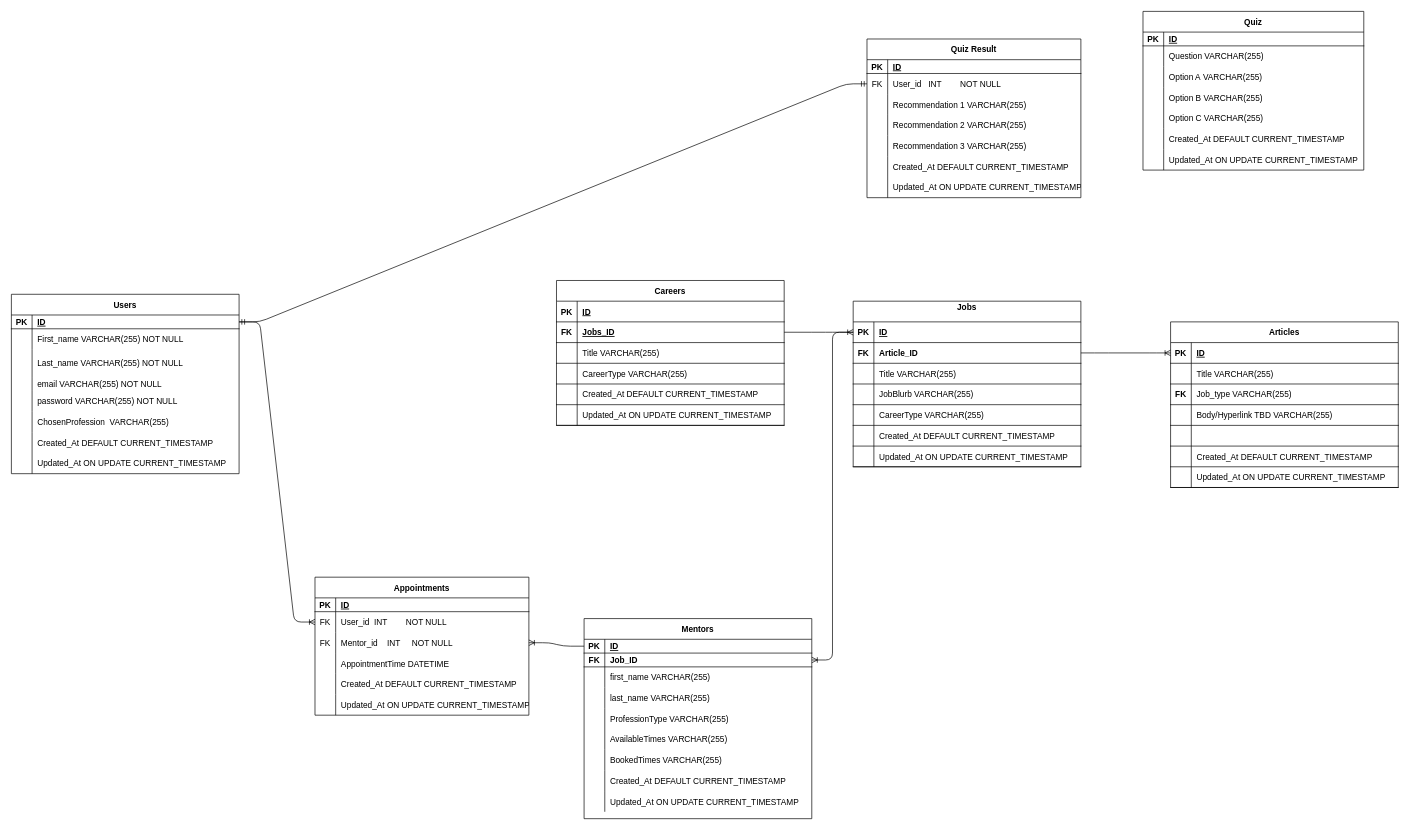
Above: DevResources/ERD.drawio in zacharypantalone/projectjjz (draw.io), before the change. Source tidied: cells renumbered, new cells numbered last; positions are measured from the earlier drawing's top-left corner, leaving out a move shared by most shapes. Both pictures are drawn from the tidied source at 69%, with x=0, y=0 at pixel (11, 11).
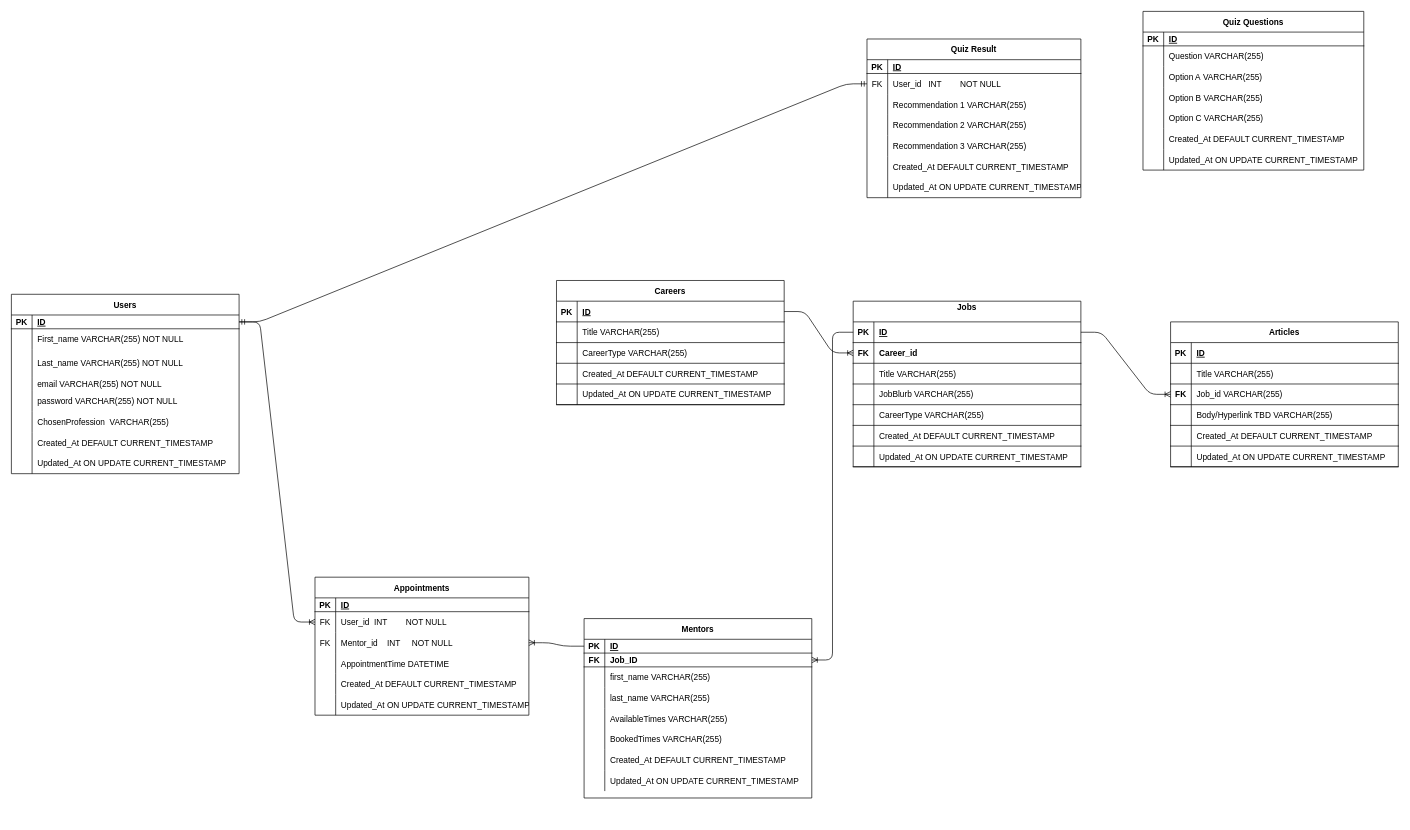
Above is the later version.

Unchanged cells that the change refers to:
```xml
<mxCell id="3" style="shape=partialRectangle;fillColor=none;top=0;left=0;bottom=1;right=0;points=[[0,0.5],[1,0.5]];portConstraint=eastwest;" parent="2" vertex="1">
  <mxGeometry y="30" width="330" height="30" as="geometry" />
</mxCell>
<mxCell id="9" style="shape=partialRectangle;fillColor=none;top=0;left=0;bottom=1;right=0;points=[[0,0.5],[1,0.5]];portConstraint=eastwest;" parent="2" vertex="1">
  <mxGeometry y="90" width="330" height="30" as="geometry" />
</mxCell>
<mxCell id="144" style="shape=partialRectangle;fillColor=none;top=0;left=0;bottom=1;right=0;points=[[0,0.5],[1,0.5]];portConstraint=eastwest;" parent="143" vertex="1">
  <mxGeometry y="30" width="330" height="30" as="geometry" />
</mxCell>
<mxCell id="163" style="shape=partialRectangle;fillColor=none;top=0;left=0;bottom=1;right=0;points=[[0,0.5],[1,0.5]];portConstraint=eastwest;" parent="162" vertex="1">
  <mxGeometry y="30" width="330" height="30" as="geometry" />
</mxCell>
<mxCell id="166" style="shape=partialRectangle;fillColor=none;top=0;left=0;bottom=1;right=0;points=[[0,0.5],[1,0.5]];portConstraint=eastwest;" parent="162" vertex="1">
  <mxGeometry y="60" width="330" height="30" as="geometry" />
</mxCell>
```

Diff of the diagram source:
```diff
@@
     <mxCell id="2" value="Articles" style="shape=table;startSize=30;childLayout=tableLayout;rowLines=0;fontStyle=1;align=center;" parent="1" vertex="1">
-      <mxGeometry x="1680" y="450" width="330" height="240" as="geometry" />
+      <mxGeometry x="1680" y="450" width="330" height="210" as="geometry" />
     </mxCell>
@@
-    <mxCell id="11" value="Job_type VARCHAR(255)" style="shape=partialRectangle;fillColor=none;top=0;left=0;bottom=0;right=0;align=left;spacingLeft=6;fontStyle=0;overflow=hidden;" parent="9" vertex="1">
+    <mxCell id="11" value="Job_id VARCHAR(255)" style="shape=partialRectangle;fillColor=none;top=0;left=0;bottom=0;right=0;align=left;spacingLeft=6;fontStyle=0;overflow=hidden;" parent="9" vertex="1">
       <mxGeometry x="30" width="300" height="30" as="geometry" />
     </mxCell>
@@
-    <mxCell id="15" style="shape=partialRectangle;fillColor=none;top=0;left=0;bottom=1;right=0;" parent="2" vertex="1">
-      <mxGeometry y="150" width="330" height="30" as="geometry" />
-    </mxCell>
-    <mxCell id="16" style="shape=partialRectangle;fillColor=none;top=0;left=0;bottom=0;right=0;fontStyle=1;overflow=hidden;" parent="15" vertex="1">
-      <mxGeometry width="30" height="30" as="geometry" />
-    </mxCell>
-    <mxCell id="17" style="shape=partialRectangle;fillColor=none;top=0;left=0;bottom=0;right=0;align=left;spacingLeft=6;fontStyle=0;overflow=hidden;" parent="15" vertex="1">
-      <mxGeometry x="30" width="300" height="30" as="geometry" />
-    </mxCell>
     <mxCell id="18" style="shape=partialRectangle;fillColor=none;top=0;left=0;bottom=1;right=0;" parent="2" vertex="1">
-      <mxGeometry y="180" width="330" height="30" as="geometry" />
+      <mxGeometry y="150" width="330" height="30" as="geometry" />
     </mxCell>
@@
     <mxCell id="21" style="shape=partialRectangle;fillColor=none;top=0;left=0;bottom=1;right=0;" parent="2" vertex="1">
-      <mxGeometry y="210" width="330" height="30" as="geometry" />
+      <mxGeometry y="180" width="330" height="30" as="geometry" />
     </mxCell>
@@
-    <mxCell id="24" value="Quiz" style="shape=table;startSize=30;childLayout=tableLayout;rowLines=0;fontStyle=1;align=center;" parent="1" vertex="1">
+    <mxCell id="24" value="Quiz Questions" style="shape=table;startSize=30;childLayout=tableLayout;rowLines=0;fontStyle=1;align=center;" parent="1" vertex="1">
       <mxGeometry x="1640" width="320" height="230" as="geometry" />
     </mxCell>
@@
     <mxCell id="65" value="Mentors" style="shape=table;startSize=30;childLayout=tableLayout;rowLines=0;fontStyle=1;align=center;" parent="1" vertex="1">
-      <mxGeometry x="830" y="880" width="330" height="290" as="geometry" />
+      <mxGeometry x="830" y="880" width="330" height="260" as="geometry" />
     </mxCell>
@@
-    <mxCell id="78" style="shape=partialRectangle;fillColor=none;top=0;left=0;bottom=0;right=0;" parent="65" vertex="1">
-      <mxGeometry y="130" width="330" height="30" as="geometry" />
-    </mxCell>
-    <mxCell id="79" style="shape=partialRectangle;fillColor=none;top=0;left=0;bottom=0;right=0;overflow=hidden;" parent="78" vertex="1">
-      <mxGeometry width="30" height="30" as="geometry" />
-    </mxCell>
-    <mxCell id="80" value="ProfessionType VARCHAR(255)" style="shape=partialRectangle;fillColor=none;top=0;left=0;bottom=0;right=0;align=left;spacingLeft=6;overflow=hidden;" parent="78" vertex="1">
-      <mxGeometry x="30" width="300" height="30" as="geometry" />
-    </mxCell>
     <mxCell id="81" style="shape=partialRectangle;fillColor=none;top=0;left=0;bottom=0;right=0;" parent="65" vertex="1">
-      <mxGeometry y="160" width="330" height="30" as="geometry" />
+      <mxGeometry y="130" width="330" height="30" as="geometry" />
     </mxCell>
@@
     <mxCell id="84" style="shape=partialRectangle;fillColor=none;top=0;left=0;bottom=0;right=0;" parent="65" vertex="1">
-      <mxGeometry y="190" width="330" height="30" as="geometry" />
+      <mxGeometry y="160" width="330" height="30" as="geometry" />
     </mxCell>
@@
     <mxCell id="87" style="shape=partialRectangle;fillColor=none;top=0;left=0;bottom=0;right=0;" parent="65" vertex="1">
-      <mxGeometry y="220" width="330" height="30" as="geometry" />
+      <mxGeometry y="190" width="330" height="30" as="geometry" />
     </mxCell>
@@
     <mxCell id="90" style="shape=partialRectangle;fillColor=none;top=0;left=0;bottom=0;right=0;" parent="65" vertex="1">
-      <mxGeometry y="250" width="330" height="30" as="geometry" />
+      <mxGeometry y="220" width="330" height="30" as="geometry" />
     </mxCell>
@@
     <mxCell id="143" value="Careers" style="shape=table;startSize=30;childLayout=tableLayout;rowLines=0;fontStyle=1;align=center;" parent="1" vertex="1">
-      <mxGeometry x="790" y="390" width="330" height="210" as="geometry" />
+      <mxGeometry x="790" y="390" width="330" height="180" as="geometry" />
     </mxCell>
@@
-    <mxCell id="147" style="shape=partialRectangle;fillColor=none;top=0;left=0;bottom=1;right=0;points=[[0,0.5],[1,0.5]];portConstraint=eastwest;" parent="143" vertex="1">
-      <mxGeometry y="60" width="330" height="30" as="geometry" />
-    </mxCell>
-    <mxCell id="148" value="FK" style="shape=partialRectangle;fillColor=none;top=0;left=0;bottom=0;right=0;fontStyle=1;overflow=hidden;" parent="147" vertex="1">
-      <mxGeometry width="30" height="30" as="geometry" />
-    </mxCell>
-    <mxCell id="149" value="Jobs_ID" style="shape=partialRectangle;fillColor=none;top=0;left=0;bottom=0;right=0;align=left;spacingLeft=6;fontStyle=5;overflow=hidden;" parent="147" vertex="1">
-      <mxGeometry x="30" width="300" height="30" as="geometry" />
-    </mxCell>
     <mxCell id="150" style="shape=partialRectangle;fillColor=none;top=0;left=0;bottom=1;right=0;" parent="143" vertex="1">
-      <mxGeometry y="90" width="330" height="30" as="geometry" />
+      <mxGeometry y="60" width="330" height="30" as="geometry" />
     </mxCell>
@@
     <mxCell id="153" style="shape=partialRectangle;fillColor=none;top=0;left=0;bottom=1;right=0;" parent="143" vertex="1">
-      <mxGeometry y="120" width="330" height="30" as="geometry" />
+      <mxGeometry y="90" width="330" height="30" as="geometry" />
     </mxCell>
@@
     <mxCell id="156" style="shape=partialRectangle;fillColor=none;top=0;left=0;bottom=1;right=0;" parent="143" vertex="1">
-      <mxGeometry y="150" width="330" height="30" as="geometry" />
+      <mxGeometry y="120" width="330" height="30" as="geometry" />
     </mxCell>
@@
     <mxCell id="159" style="shape=partialRectangle;fillColor=none;top=0;left=0;bottom=1;right=0;" parent="143" vertex="1">
-      <mxGeometry y="180" width="330" height="30" as="geometry" />
+      <mxGeometry y="150" width="330" height="30" as="geometry" />
     </mxCell>
@@
-    <mxCell id="168" value="Article_ID" style="shape=partialRectangle;fillColor=none;top=0;left=0;bottom=0;right=0;align=left;spacingLeft=6;fontStyle=1;overflow=hidden;" parent="166" vertex="1">
+    <mxCell id="168" value="Career_id" style="shape=partialRectangle;fillColor=none;top=0;left=0;bottom=0;right=0;align=left;spacingLeft=6;fontStyle=1;overflow=hidden;" parent="166" vertex="1">
       <mxGeometry x="30" width="300" height="30" as="geometry" />
     </mxCell>
@@
-    <mxCell id="184" style="edgeStyle=entityRelationEdgeStyle;fontSize=12;html=1;endArrow=ERoneToMany;exitX=1;exitY=0.5;exitDx=0;exitDy=0;entryX=0;entryY=0.5;entryDx=0;entryDy=0;" parent="1" edge="1" source="147" target="163">
+    <mxCell id="184" style="edgeStyle=entityRelationEdgeStyle;fontSize=12;html=1;endArrow=ERoneToMany;exitX=1;exitY=0.5;exitDx=0;exitDy=0;entryX=0;entryY=0.5;entryDx=0;entryDy=0;" parent="1" edge="1" source="144" target="166">
       <mxGeometry relative="1" as="geometry" />
     </mxCell>
-    <mxCell id="185" style="edgeStyle=entityRelationEdgeStyle;fontSize=12;html=1;endArrow=ERoneToMany;exitX=1;exitY=0.5;exitDx=0;exitDy=0;entryX=0;entryY=0.5;entryDx=0;entryDy=0;" parent="1" edge="1" source="166" target="3">
+    <mxCell id="185" style="edgeStyle=entityRelationEdgeStyle;fontSize=12;html=1;endArrow=ERoneToMany;exitX=1;exitY=0.5;exitDx=0;exitDy=0;entryX=0;entryY=0.5;entryDx=0;entryDy=0;" parent="1" edge="1" source="163" target="9">
       <mxGeometry relative="1" as="geometry" />
     </mxCell>
```
